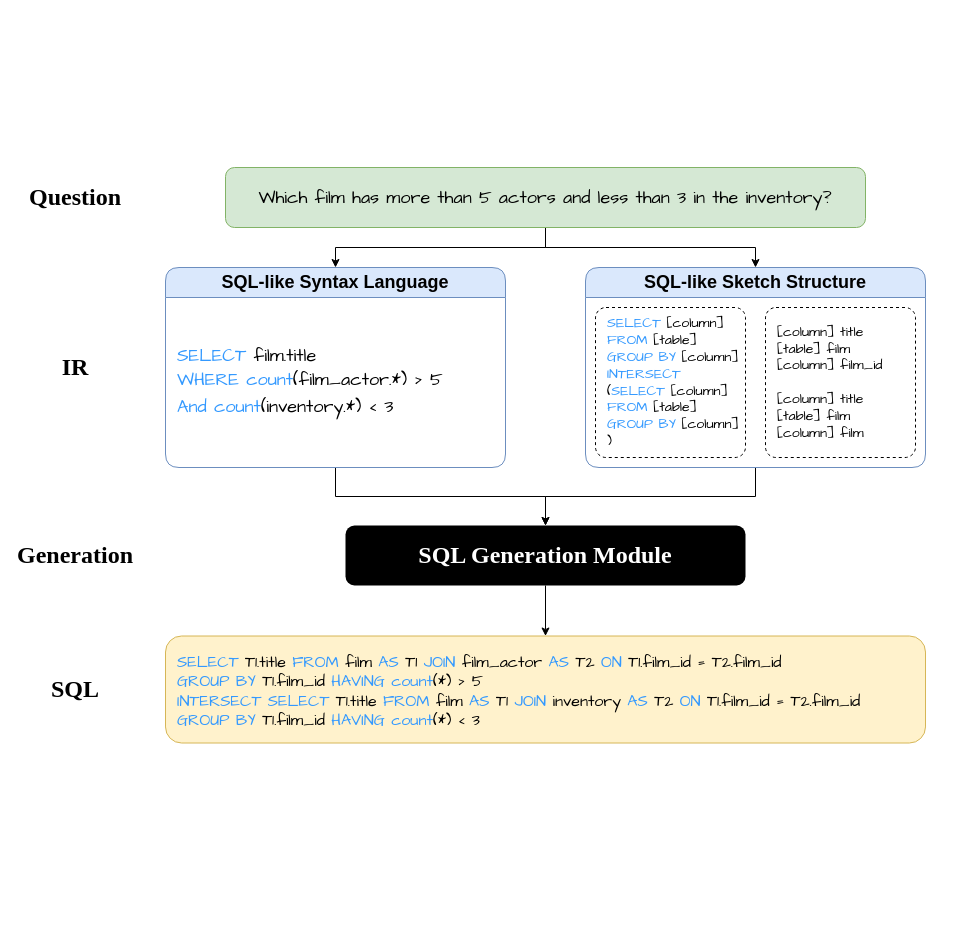
The draw.io diagram 未命名绘图.drawio in MPX0222/PG-Assignments, before the edit. Source tidied: cells renumbered, new cells numbered last; positions are measured from the earlier drawing's top-left corner, leaving out a move shared by most shapes. Both pictures are drawn from the tidied source at 100%, with x=0, y=0 at pixel (25, 167).
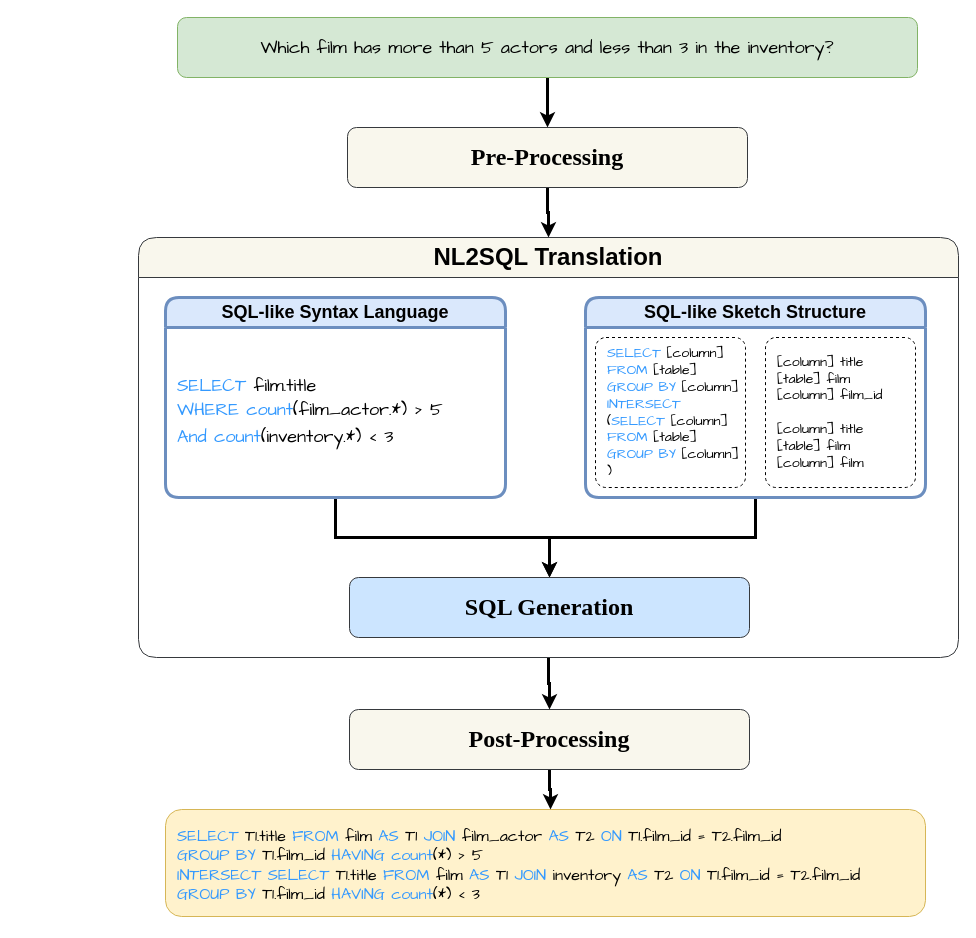
Above is the later version.

Commit message:
更新未命名绘图.drawio

Diff of the diagram source:
```diff
@@
-    <mxCell id="2" style="edgeStyle=orthogonalEdgeStyle;rounded=0;jettySize=auto;html=1;exitX=0.5;exitY=1;exitDx=0;exitDy=0;entryX=0.5;entryY=0;entryDx=0;entryDy=0;" parent="1" edge="1" source="4" target="14">
-      <mxGeometry relative="1" as="geometry" />
-    </mxCell>
-    <mxCell id="3" style="edgeStyle=orthogonalEdgeStyle;rounded=0;jettySize=auto;html=1;exitX=0.5;exitY=1;exitDx=0;exitDy=0;entryX=0.5;entryY=0;entryDx=0;entryDy=0;" parent="1" edge="1" source="4" target="16">
-      <mxGeometry relative="1" as="geometry" />
-    </mxCell>
+    <mxCell id="22" style="edgeStyle=orthogonalEdgeStyle;rounded=0;jettySize=auto;html=1;exitX=0.5;exitY=1;exitDx=0;exitDy=0;entryX=0.5;entryY=0;entryDx=0;entryDy=0;strokeWidth=3;" parent="1" edge="1" source="4" target="24">
+      <mxGeometry relative="1" as="geometry" />
+    </mxCell>
     <mxCell id="4" value="&lt;div class=&quot;page&quot; title=&quot;Page 2&quot; style=&quot;caret-color: rgb(0, 0, 0); color: rgb(0, 0, 0); text-align: start; font-size: 18px;&quot;&gt;&lt;div style=&quot;font-size: 18px;&quot; class=&quot;layoutArea&quot;&gt;&lt;div style=&quot;font-size: 18px;&quot; class=&quot;column&quot;&gt;&lt;p style=&quot;font-size: 18px;&quot;&gt;&lt;span style=&quot;font-size: 18px;&quot;&gt;Which film has more than 5 actors and less than 3 in the inventory?&lt;/span&gt;&lt;/p&gt;&lt;/div&gt;&lt;/div&gt;&lt;/div&gt;" style="rounded=1;whiteSpace=wrap;html=1;fillColor=#d5e8d4;strokeColor=#82b366;fontFamily=Comic Sans MS;fontSize=18;" parent="1" vertex="1">
-      <mxGeometry x="200" width="640" height="60" as="geometry" />
+      <mxGeometry x="152" y="-150" width="740" height="60" as="geometry" />
     </mxCell>
-    <mxCell id="5" style="edgeStyle=orthogonalEdgeStyle;rounded=0;jettySize=auto;html=1;exitX=0.5;exitY=1;exitDx=0;exitDy=0;" parent="1" edge="1" source="14" target="13">
+    <mxCell id="5" style="edgeStyle=orthogonalEdgeStyle;rounded=0;jettySize=auto;html=1;exitX=0.5;exitY=1;exitDx=0;exitDy=0;strokeWidth=3;" parent="1" edge="1" source="14" target="13">
       <mxGeometry relative="1" as="geometry" />
     </mxCell>
-    <mxCell id="6" value="Question" style="text;html=1;align=center;verticalAlign=middle;whiteSpace=wrap;rounded=0;fontSize=24;fontStyle=1;fontFamily=Garamond;" parent="1" vertex="1">
-      <mxGeometry y="5" width="100" height="50" as="geometry" />
-    </mxCell>
-    <mxCell id="7" value="IR" style="text;html=1;align=center;verticalAlign=middle;whiteSpace=wrap;rounded=0;fontSize=24;fontStyle=1;fontFamily=Garamond;" parent="1" vertex="1">
-      <mxGeometry y="175" width="100" height="50" as="geometry" />
-    </mxCell>
-    <mxCell id="8" value="Generation" style="text;html=1;align=center;verticalAlign=middle;whiteSpace=wrap;rounded=0;fontSize=24;fontStyle=1;fontFamily=Garamond;" parent="1" vertex="1">
-      <mxGeometry y="363" width="100" height="50" as="geometry" />
-    </mxCell>
-    <mxCell id="9" value="SQL" style="text;html=1;align=center;verticalAlign=middle;whiteSpace=wrap;rounded=0;fontSize=24;fontStyle=1;fontFamily=Garamond;" parent="1" vertex="1">
-      <mxGeometry y="497" width="100" height="50" as="geometry" />
-    </mxCell>
     <mxCell id="10" value="&lt;div style=&quot;caret-color: rgb(0, 0, 0); color: rgb(0, 0, 0); text-align: start; font-size: 19px;&quot; title=&quot;Page 2&quot; class=&quot;page&quot;&gt;&lt;div class=&quot;layoutArea&quot; style=&quot;font-size: 19px;&quot;&gt;&lt;div class=&quot;column&quot; style=&quot;font-size: 19px;&quot;&gt;&lt;div class=&quot;page&quot; title=&quot;Page 2&quot; style=&quot;font-size: 19px;&quot;&gt;&lt;div class=&quot;layoutArea&quot; style=&quot;font-size: 19px;&quot;&gt;&lt;div class=&quot;column&quot; style=&quot;font-size: 19px;&quot;&gt;&lt;p style=&quot;font-size: 19px;&quot;&gt;&lt;br&gt;&lt;/p&gt;&lt;/div&gt;&lt;/div&gt;&lt;/div&gt;&lt;/div&gt;&lt;/div&gt;&lt;/div&gt;" style="rounded=1;whiteSpace=wrap;html=1;fillColor=#fff2cc;strokeColor=#d6b656;fontFamily=Comic Sans MS;fontSize=19;" parent="1" vertex="1">
-      <mxGeometry x="140" y="468.5" width="760" height="107" as="geometry" />
+      <mxGeometry x="140" y="642" width="760" height="107" as="geometry" />
     </mxCell>
-    <mxCell id="11" style="edgeStyle=orthogonalEdgeStyle;rounded=0;jettySize=auto;html=1;exitX=0.5;exitY=1;exitDx=0;exitDy=0;entryX=0.5;entryY=0;entryDx=0;entryDy=0;" parent="1" edge="1" source="16" target="13">
+    <mxCell id="11" style="edgeStyle=orthogonalEdgeStyle;rounded=0;jettySize=auto;html=1;exitX=0.5;exitY=1;exitDx=0;exitDy=0;entryX=0.5;entryY=0;entryDx=0;entryDy=0;strokeWidth=3;" parent="1" edge="1" source="16" target="13">
       <mxGeometry relative="1" as="geometry" />
     </mxCell>
-    <mxCell id="12" style="edgeStyle=orthogonalEdgeStyle;rounded=0;jettySize=auto;html=1;exitX=0.5;exitY=1;exitDx=0;exitDy=0;entryX=0.5;entryY=0;entryDx=0;entryDy=0;" parent="1" edge="1" source="13" target="10">
-      <mxGeometry relative="1" as="geometry" />
-    </mxCell>
-    <mxCell id="13" value="&lt;div style=&quot;caret-color: rgb(0, 0, 0); text-align: start; font-size: 24px;&quot; title=&quot;Page 2&quot; class=&quot;page&quot;&gt;&lt;div class=&quot;layoutArea&quot; style=&quot;font-size: 24px;&quot;&gt;&lt;div class=&quot;column&quot; style=&quot;font-size: 24px;&quot;&gt;&lt;p style=&quot;font-size: 24px;&quot;&gt;&lt;span style=&quot;font-size: 24px;&quot;&gt;SQL Generation Module&lt;/span&gt;&lt;/p&gt;&lt;/div&gt;&lt;/div&gt;&lt;/div&gt;" style="rounded=1;whiteSpace=wrap;html=1;fillColor=#000000;strokeColor=none;fontFamily=Garamond;fontSize=24;fontStyle=1;fontColor=#FFFFFF;" parent="1" vertex="1">
-      <mxGeometry x="320" y="358" width="400" height="60" as="geometry" />
+    <mxCell id="13" value="SQL Generation" style="rounded=1;whiteSpace=wrap;html=1;fillColor=#cce5ff;strokeColor=#36393d;fontFamily=Garamond;fontSize=24;fontStyle=1;" parent="1" vertex="1">
+      <mxGeometry x="324" y="410" width="400" height="60" as="geometry" />
     </mxCell>
-    <mxCell id="14" value="SQL-like Syntax Language" style="swimlane;whiteSpace=wrap;html=1;fillColor=#dae8fc;strokeColor=#6c8ebf;rounded=1;startSize=30;fontSize=18;" parent="1" vertex="1">
-      <mxGeometry x="140" y="100" width="340" height="200" as="geometry" />
+    <mxCell id="14" value="SQL-like Syntax Language" style="swimlane;whiteSpace=wrap;html=1;fillColor=#dae8fc;strokeColor=#6c8ebf;rounded=1;startSize=30;fontSize=18;strokeWidth=3;" parent="1" vertex="1">
+      <mxGeometry x="140" y="130" width="340" height="200" as="geometry" />
     </mxCell>
-    <mxCell id="15" value="&lt;font style=&quot;font-size: 18px;&quot;&gt;&lt;font style=&quot;font-size: 18px;&quot; color=&quot;#3399ff&quot;&gt;SELECT&lt;/font&gt;&lt;font style=&quot;font-size: 18px;&quot; color=&quot;#99ccff&quot;&gt; &lt;/font&gt;film.title&amp;nbsp;&lt;/font&gt;&lt;div style=&quot;font-size: 18px; line-height: 150%;&quot;&gt;&lt;font style=&quot;font-size: 18px;&quot;&gt;&lt;font style=&quot;font-size: 18px;&quot; color=&quot;#3399ff&quot;&gt;&lt;span style=&quot;font-size: 18px;&quot;&gt;WHERE count&lt;/span&gt;&lt;/font&gt;&lt;span style=&quot;font-size: 18px;&quot;&gt;(&lt;/span&gt;film_actor.*&lt;span style=&quot;font-size: 18px;&quot;&gt;) &amp;gt;&amp;nbsp;&lt;/span&gt;5&lt;/font&gt;&lt;/div&gt;&lt;div style=&quot;font-size: 18px; line-height: 150%;&quot;&gt;&lt;font style=&quot;font-size: 18px;&quot;&gt;&lt;font style=&quot;font-size: 18px;&quot; color=&quot;#3399ff&quot;&gt;&lt;span style=&quot;font-size: 18px;&quot;&gt;And count&lt;/span&gt;&lt;/font&gt;&lt;span style=&quot;font-size: 18px;&quot;&gt;(&lt;/span&gt;inventory.*&lt;span style=&quot;font-size: 18px;&quot;&gt;) &amp;lt;&amp;nbsp;&lt;/span&gt;3&lt;/font&gt;&lt;/div&gt;" style="text;html=1;align=left;verticalAlign=middle;whiteSpace=wrap;rounded=1;fontFamily=Comic Sans MS;fontSize=18;" parent="14" vertex="1">
+    <mxCell id="15" value="&lt;font style=&quot;font-size: 18px;&quot;&gt;&lt;font style=&quot;font-size: 18px;&quot; color=&quot;#3399ff&quot;&gt;SELECT&lt;/font&gt;&lt;font style=&quot;font-size: 18px;&quot; color=&quot;#99ccff&quot;&gt; &lt;/font&gt;film.title&amp;nbsp;&lt;/font&gt;&lt;div style=&quot;font-size: 18px; line-height: 150%;&quot;&gt;&lt;font style=&quot;font-size: 18px;&quot;&gt;&lt;font style=&quot;font-size: 18px;&quot; color=&quot;#3399ff&quot;&gt;&lt;span style=&quot;font-size: 18px;&quot;&gt;WHERE count&lt;/span&gt;&lt;/font&gt;&lt;span style=&quot;font-size: 18px;&quot;&gt;(&lt;/span&gt;film_actor.*&lt;span style=&quot;font-size: 18px;&quot;&gt;) &amp;gt;&amp;nbsp;&lt;/span&gt;5&lt;/font&gt;&lt;/div&gt;&lt;div style=&quot;font-size: 18px; line-height: 150%;&quot;&gt;&lt;font style=&quot;font-size: 18px;&quot;&gt;&lt;font style=&quot;font-size: 18px;&quot; color=&quot;#3399ff&quot;&gt;&lt;span style=&quot;font-size: 18px;&quot;&gt;And count&lt;/span&gt;&lt;/font&gt;&lt;span style=&quot;font-size: 18px;&quot;&gt;(&lt;/span&gt;inventory.*&lt;span style=&quot;font-size: 18px;&quot;&gt;) &amp;lt;&amp;nbsp;&lt;/span&gt;3&lt;/font&gt;&lt;/div&gt;" style="text;html=1;align=left;verticalAlign=middle;whiteSpace=wrap;rounded=1;fontFamily=Comic Sans MS;fontSize=18;strokeWidth=3;" parent="14" vertex="1">
       <mxGeometry x="10" y="30" width="320" height="170" as="geometry" />
     </mxCell>
-    <mxCell id="16" value="SQL-like Sketch Structure" style="swimlane;whiteSpace=wrap;html=1;fillColor=#dae8fc;strokeColor=#6c8ebf;rounded=1;startSize=30;fontSize=18;" parent="1" vertex="1">
-      <mxGeometry x="560" y="100" width="340" height="200" as="geometry" />
+    <mxCell id="16" value="SQL-like Sketch Structure" style="swimlane;whiteSpace=wrap;html=1;fillColor=#dae8fc;strokeColor=#6c8ebf;rounded=1;startSize=30;fontSize=18;strokeWidth=3;" parent="1" vertex="1">
+      <mxGeometry x="560" y="130" width="340" height="200" as="geometry" />
     </mxCell>
@@
     <mxCell id="21" value="&lt;div style=&quot;font-size: 16px;&quot;&gt;&lt;font color=&quot;#3399ff&quot;&gt;SELECT &lt;/font&gt;T1.title &lt;font color=&quot;#3399ff&quot;&gt;FROM &lt;/font&gt;film &lt;font color=&quot;#3399ff&quot;&gt;AS &lt;/font&gt;T1 &lt;font color=&quot;#3399ff&quot;&gt;JOIN &lt;/font&gt;film_actor &lt;font color=&quot;#3399ff&quot;&gt;AS &lt;/font&gt;T2 &lt;font color=&quot;#3399ff&quot;&gt;ON &lt;/font&gt;T1.film_id = T2.film_id&amp;nbsp;&lt;/div&gt;&lt;div style=&quot;font-size: 16px;&quot;&gt;&lt;font color=&quot;#3399ff&quot;&gt;GROUP BY&lt;/font&gt; T1.film_id &lt;font color=&quot;#3399ff&quot;&gt;HAVING count&lt;/font&gt;(*) &amp;gt; 5&amp;nbsp;&lt;/div&gt;&lt;div style=&quot;font-size: 16px;&quot;&gt;&lt;font color=&quot;#3399ff&quot;&gt;INTERSECT SELECT&lt;/font&gt; T1.title &lt;font color=&quot;#3399ff&quot;&gt;FROM &lt;/font&gt;film &lt;font color=&quot;#3399ff&quot;&gt;AS &lt;/font&gt;T1 &lt;font color=&quot;#3399ff&quot;&gt;JOIN &lt;/font&gt;inventory &lt;font color=&quot;#3399ff&quot;&gt;AS &lt;/font&gt;T2 &lt;font color=&quot;#3399ff&quot;&gt;ON &lt;/font&gt;T1.film_id = T2.film_id&amp;nbsp;&lt;/div&gt;&lt;div style=&quot;font-size: 16px;&quot;&gt;&lt;font color=&quot;#3399ff&quot;&gt;GROUP BY &lt;/font&gt;T1.film_id &lt;font color=&quot;#3399ff&quot;&gt;HAVING count&lt;/font&gt;(*) &amp;lt; 3&lt;/div&gt;" style="text;html=1;align=left;verticalAlign=middle;whiteSpace=wrap;rounded=1;fontSize=16;fontFamily=Comic Sans MS;" parent="1" vertex="1">
-      <mxGeometry x="150" y="468.5" width="750" height="111.5" as="geometry" />
+      <mxGeometry x="150" y="642" width="750" height="111.5" as="geometry" />
     </mxCell>
+    <mxCell id="23" style="edgeStyle=orthogonalEdgeStyle;rounded=0;jettySize=auto;html=1;exitX=0.5;exitY=1;exitDx=0;exitDy=0;entryX=0.5;entryY=0;entryDx=0;entryDy=0;strokeWidth=3;" parent="1" edge="1" source="24" target="28">
+      <mxGeometry relative="1" as="geometry" />
+    </mxCell>
+    <mxCell id="24" value="Pre-Processing" style="rounded=1;whiteSpace=wrap;html=1;fillColor=#f9f7ed;strokeColor=#36393d;fontFamily=Garamond;fontSize=24;fontStyle=1;" parent="1" vertex="1">
+      <mxGeometry x="322" y="-40" width="400" height="60" as="geometry" />
+    </mxCell>
+    <mxCell id="25" style="edgeStyle=orthogonalEdgeStyle;rounded=0;jettySize=auto;html=1;exitX=0.5;exitY=1;exitDx=0;exitDy=0;entryX=0.5;entryY=0;entryDx=0;entryDy=0;strokeWidth=3;" parent="1" edge="1" source="26" target="21">
+      <mxGeometry relative="1" as="geometry" />
+    </mxCell>
+    <mxCell id="26" value="Post-Processing" style="rounded=1;whiteSpace=wrap;html=1;fillColor=#f9f7ed;strokeColor=#36393d;fontFamily=Garamond;fontSize=24;fontStyle=1;" parent="1" vertex="1">
+      <mxGeometry x="324" y="542" width="400" height="60" as="geometry" />
+    </mxCell>
+    <mxCell id="27" style="edgeStyle=orthogonalEdgeStyle;rounded=0;jettySize=auto;html=1;exitX=0.5;exitY=1;exitDx=0;exitDy=0;strokeWidth=3;" parent="1" edge="1" source="28" target="26">
+      <mxGeometry relative="1" as="geometry" />
+    </mxCell>
+    <mxCell id="28" value="NL2SQL Translation" style="swimlane;whiteSpace=wrap;html=1;fillColor=#f9f7ed;strokeColor=#36393d;rounded=1;startSize=40;fontSize=24;strokeWidth=1;" parent="1" vertex="1">
+      <mxGeometry x="113" y="70" width="820" height="420" as="geometry" />
+    </mxCell>
```
